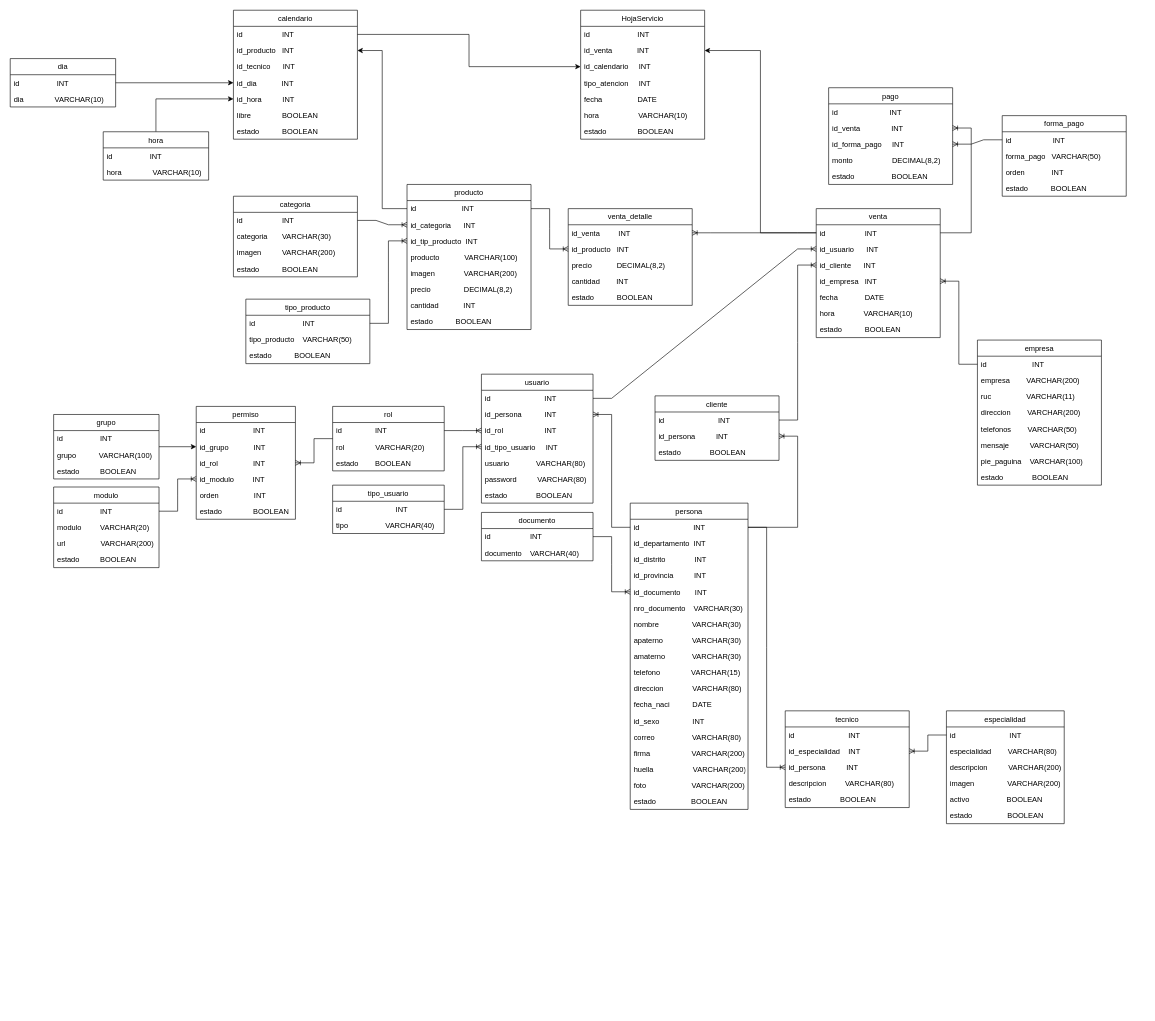
The draw.io diagram 1.- Diagramas/1.- Diagrama de Base de Datos/1.-UTP.DiagramaBD.drawio in MarcoGranadosNeyra/UTP, before the edit. Source tidied: cells renumbered, new cells numbered last; positions are measured from the earlier drawing's top-left corner, leaving out a move shared by most shapes. Both pictures are drawn from the tidied source at 62%, with x=0, y=0 at pixel (10, 10).
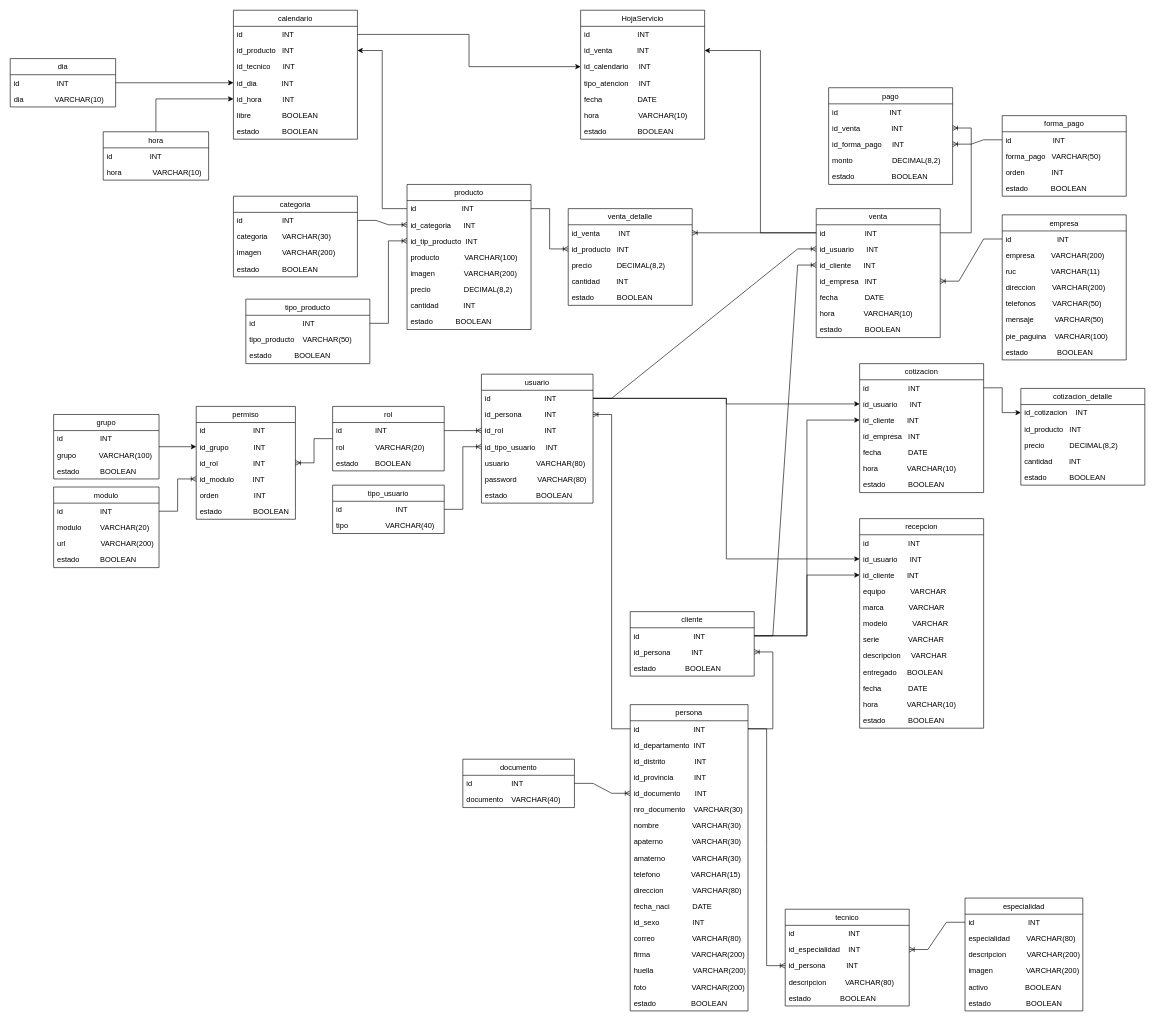
After the change.

The change refers to these unchanged cells:
```xml
<mxCell id="3" value="id                          INT" style="text;strokeColor=none;fillColor=none;align=left;verticalAlign=top;spacingLeft=4;spacingRight=4;overflow=hidden;points=[[0,0.5],[1,0.5]];portConstraint=eastwest;" parent="2" vertex="1">
  <mxGeometry y="26" width="180" height="26" as="geometry" />
</mxCell>
<mxCell id="156" value="id                          INT" style="text;strokeColor=none;fillColor=none;align=left;verticalAlign=top;spacingLeft=4;spacingRight=4;overflow=hidden;points=[[0,0.5],[1,0.5]];portConstraint=eastwest;" parent="155" vertex="1">
  <mxGeometry y="26" width="200" height="26" as="geometry" />
</mxCell>
```

What changed in the source:
```diff
@@
     <mxCell id="30" value="persona" style="swimlane;fontStyle=0;horizontal=1;startSize=26;" parent="1" vertex="1">
-      <mxGeometry x="1000" y="795" width="190" height="494" as="geometry" />
+      <mxGeometry x="1000" y="1120" width="190" height="494" as="geometry" />
     </mxCell>
@@
     <mxCell id="49" value="tecnico" style="swimlane;fontStyle=0;horizontal=1;startSize=26;" parent="1" vertex="1">
-      <mxGeometry x="1250" y="1130" width="200" height="156" as="geometry" />
+      <mxGeometry x="1250" y="1450" width="200" height="156" as="geometry" />
     </mxCell>
@@
     <mxCell id="55" value="especialidad" style="swimlane;fontStyle=0;horizontal=1;startSize=26;" parent="1" vertex="1">
-      <mxGeometry x="1510" y="1130" width="190" height="182" as="geometry" />
+      <mxGeometry x="1540" y="1432" width="190" height="182" as="geometry" />
     </mxCell>
@@
     <mxCell id="62" value="empresa" style="swimlane;fontStyle=0;horizontal=1;startSize=26;" parent="1" vertex="1">
-      <mxGeometry x="1560" y="532" width="200" height="234" as="geometry" />
+      <mxGeometry x="1600" y="330" width="200" height="234" as="geometry" />
     </mxCell>
@@
     <mxCell id="92" value="documento" style="swimlane;fontStyle=0;horizontal=1;startSize=26;" parent="1" vertex="1">
-      <mxGeometry x="760" y="810" width="180" height="78" as="geometry" />
+      <mxGeometry x="730" y="1208" width="180" height="78" as="geometry" />
     </mxCell>
@@
     <mxCell id="155" value="cliente" style="swimlane;fontStyle=0;horizontal=1;startSize=26;" parent="1" vertex="1">
-      <mxGeometry x="1040" y="622" width="200" height="104" as="geometry" />
+      <mxGeometry x="1000" y="970" width="200" height="104" as="geometry" />
     </mxCell>
@@
+    <mxCell id="170" value="recepcion" style="swimlane;fontStyle=0;horizontal=1;startSize=26;" parent="1" vertex="1">
+      <mxGeometry x="1370" y="820" width="200" height="338" as="geometry" />
+    </mxCell>
+    <mxCell id="171" value="id                   INT" style="text;strokeColor=none;fillColor=none;align=left;verticalAlign=top;spacingLeft=4;spacingRight=4;overflow=hidden;" parent="170" vertex="1">
+      <mxGeometry y="26" width="200" height="26" as="geometry" />
+    </mxCell>
+    <mxCell id="172" value="id_usuario      INT" style="text;strokeColor=none;fillColor=none;align=left;verticalAlign=top;spacingLeft=4;spacingRight=4;overflow=hidden;points=[[0,0.5],[1,0.5]];portConstraint=eastwest;" parent="170" vertex="1">
+      <mxGeometry y="52" width="200" height="26" as="geometry" />
+    </mxCell>
+    <mxCell id="173" value="id_cliente      INT" style="text;strokeColor=none;fillColor=none;align=left;verticalAlign=top;spacingLeft=4;spacingRight=4;overflow=hidden;points=[[0,0.5],[1,0.5]];portConstraint=eastwest;" parent="170" vertex="1">
+      <mxGeometry y="78" width="200" height="26" as="geometry" />
+    </mxCell>
+    <mxCell id="174" value="equipo            VARCHAR" style="text;strokeColor=none;fillColor=none;align=left;verticalAlign=top;spacingLeft=4;spacingRight=4;overflow=hidden;" parent="170" vertex="1">
+      <mxGeometry y="104" width="200" height="26" as="geometry" />
+    </mxCell>
+    <mxCell id="175" value="marca            VARCHAR" style="text;strokeColor=none;fillColor=none;align=left;verticalAlign=top;spacingLeft=4;spacingRight=4;overflow=hidden;" parent="170" vertex="1">
+      <mxGeometry y="130" width="200" height="26" as="geometry" />
+    </mxCell>
+    <mxCell id="176" value="modelo            VARCHAR" style="text;strokeColor=none;fillColor=none;align=left;verticalAlign=top;spacingLeft=4;spacingRight=4;overflow=hidden;" parent="170" vertex="1">
+      <mxGeometry y="156" width="200" height="26" as="geometry" />
+    </mxCell>
+    <mxCell id="177" value="serie              VARCHAR" style="text;strokeColor=none;fillColor=none;align=left;verticalAlign=top;spacingLeft=4;spacingRight=4;overflow=hidden;" parent="170" vertex="1">
+      <mxGeometry y="182" width="200" height="26" as="geometry" />
+    </mxCell>
+    <mxCell id="178" value="descripcion     VARCHAR" style="text;strokeColor=none;fillColor=none;align=left;verticalAlign=top;spacingLeft=4;spacingRight=4;overflow=hidden;" parent="170" vertex="1">
+      <mxGeometry y="208" width="200" height="26" as="geometry" />
+    </mxCell>
+    <mxCell id="179" value="entregado     BOOLEAN" style="text;strokeColor=none;fillColor=none;align=left;verticalAlign=top;spacingLeft=4;spacingRight=4;overflow=hidden;" parent="170" vertex="1">
+      <mxGeometry y="234" width="200" height="26" as="geometry" />
+    </mxCell>
+    <mxCell id="180" value="fecha             DATE" style="text;strokeColor=none;fillColor=none;align=left;verticalAlign=top;spacingLeft=4;spacingRight=4;overflow=hidden;" parent="170" vertex="1">
+      <mxGeometry y="260" width="200" height="26" as="geometry" />
+    </mxCell>
+    <mxCell id="181" value="hora              VARCHAR(10)" style="text;strokeColor=none;fillColor=none;align=left;verticalAlign=top;spacingLeft=4;spacingRight=4;overflow=hidden;" parent="170" vertex="1">
+      <mxGeometry y="286" width="200" height="26" as="geometry" />
+    </mxCell>
+    <mxCell id="182" value="estado           BOOLEAN" style="text;strokeColor=none;fillColor=none;align=left;verticalAlign=top;spacingLeft=4;spacingRight=4;overflow=hidden;" parent="170" vertex="1">
+      <mxGeometry y="312" width="200" height="26" as="geometry" />
+    </mxCell>
+    <mxCell id="183" style="edgeStyle=orthogonalEdgeStyle;rounded=0;jettySize=auto;html=1;" parent="1" edge="1" source="156" target="173">
+      <mxGeometry relative="1" as="geometry" />
+    </mxCell>
+    <mxCell id="184" style="edgeStyle=orthogonalEdgeStyle;rounded=0;jettySize=auto;html=1;" parent="1" edge="1" source="3" target="172">
+      <mxGeometry relative="1" as="geometry" />
+    </mxCell>
+    <mxCell id="185" value="cotizacion" style="swimlane;fontStyle=0;horizontal=1;startSize=26;" parent="1" vertex="1">
+      <mxGeometry x="1370" y="570" width="200" height="208" as="geometry" />
+    </mxCell>
+    <mxCell id="186" value="id                   INT" style="text;strokeColor=none;fillColor=none;align=left;verticalAlign=top;spacingLeft=4;spacingRight=4;overflow=hidden;points=[[0,0.5],[1,0.5]];portConstraint=eastwest;" parent="185" vertex="1">
+      <mxGeometry y="26" width="200" height="26" as="geometry" />
+    </mxCell>
+    <mxCell id="187" value="id_usuario      INT" style="text;strokeColor=none;fillColor=none;align=left;verticalAlign=top;spacingLeft=4;spacingRight=4;overflow=hidden;points=[[0,0.5],[1,0.5]];portConstraint=eastwest;" parent="185" vertex="1">
+      <mxGeometry y="52" width="200" height="26" as="geometry" />
+    </mxCell>
+    <mxCell id="188" value="id_cliente      INT" style="text;strokeColor=none;fillColor=none;align=left;verticalAlign=top;spacingLeft=4;spacingRight=4;overflow=hidden;points=[[0,0.5],[1,0.5]];portConstraint=eastwest;" parent="185" vertex="1">
+      <mxGeometry y="78" width="200" height="26" as="geometry" />
+    </mxCell>
+    <mxCell id="189" value="id_empresa   INT" style="text;strokeColor=none;fillColor=none;align=left;verticalAlign=top;spacingLeft=4;spacingRight=4;overflow=hidden;" parent="185" vertex="1">
+      <mxGeometry y="104" width="200" height="26" as="geometry" />
+    </mxCell>
+    <mxCell id="190" value="fecha             DATE" style="text;strokeColor=none;fillColor=none;align=left;verticalAlign=top;spacingLeft=4;spacingRight=4;overflow=hidden;" parent="185" vertex="1">
+      <mxGeometry y="130" width="200" height="26" as="geometry" />
+    </mxCell>
+    <mxCell id="191" value="hora              VARCHAR(10)" style="text;strokeColor=none;fillColor=none;align=left;verticalAlign=top;spacingLeft=4;spacingRight=4;overflow=hidden;" parent="185" vertex="1">
+      <mxGeometry y="156" width="200" height="26" as="geometry" />
+    </mxCell>
+    <mxCell id="192" value="estado           BOOLEAN" style="text;strokeColor=none;fillColor=none;align=left;verticalAlign=top;spacingLeft=4;spacingRight=4;overflow=hidden;" parent="185" vertex="1">
+      <mxGeometry y="182" width="200" height="26" as="geometry" />
+    </mxCell>
+    <mxCell id="193" value="cotizacion_detalle" style="swimlane;fontStyle=0;horizontal=1;startSize=26;" parent="1" vertex="1">
+      <mxGeometry x="1630" y="610" width="200" height="156" as="geometry" />
+    </mxCell>
+    <mxCell id="194" value="id_cotizacion    INT" style="text;strokeColor=none;fillColor=none;align=left;verticalAlign=top;spacingLeft=4;spacingRight=4;overflow=hidden;points=[[0,0.5],[1,0.5]];portConstraint=eastwest;" parent="193" vertex="1">
+      <mxGeometry y="26" width="200" height="26" as="geometry" />
+    </mxCell>
+    <mxCell id="195" value="id_producto   INT" style="text;strokeColor=none;fillColor=none;align=left;verticalAlign=top;spacingLeft=4;spacingRight=4;overflow=hidden;" parent="193" vertex="1">
+      <mxGeometry y="52" width="200" height="26" as="geometry" />
+    </mxCell>
+    <mxCell id="196" value="precio            DECIMAL(8,2)" style="text;strokeColor=none;fillColor=none;align=left;verticalAlign=top;spacingLeft=4;spacingRight=4;overflow=hidden;" parent="193" vertex="1">
+      <mxGeometry y="78" width="200" height="26" as="geometry" />
+    </mxCell>
+    <mxCell id="197" value="cantidad        INT" style="text;strokeColor=none;fillColor=none;align=left;verticalAlign=top;spacingLeft=4;spacingRight=4;overflow=hidden;" parent="193" vertex="1">
+      <mxGeometry y="104" width="200" height="26" as="geometry" />
+    </mxCell>
+    <mxCell id="198" value="estado           BOOLEAN" style="text;strokeColor=none;fillColor=none;align=left;verticalAlign=top;spacingLeft=4;spacingRight=4;overflow=hidden;" parent="193" vertex="1">
+      <mxGeometry y="130" width="200" height="26" as="geometry" />
+    </mxCell>
+    <mxCell id="199" style="edgeStyle=orthogonalEdgeStyle;rounded=0;jettySize=auto;html=1;" parent="1" edge="1" source="3" target="187">
+      <mxGeometry relative="1" as="geometry" />
+    </mxCell>
+    <mxCell id="200" style="edgeStyle=orthogonalEdgeStyle;rounded=0;jettySize=auto;html=1;" parent="1" edge="1" source="156" target="188">
+      <mxGeometry relative="1" as="geometry" />
+    </mxCell>
+    <mxCell id="201" style="edgeStyle=orthogonalEdgeStyle;rounded=0;jettySize=auto;html=1;" parent="1" edge="1" source="186" target="194">
+      <mxGeometry relative="1" as="geometry" />
+    </mxCell>
```
